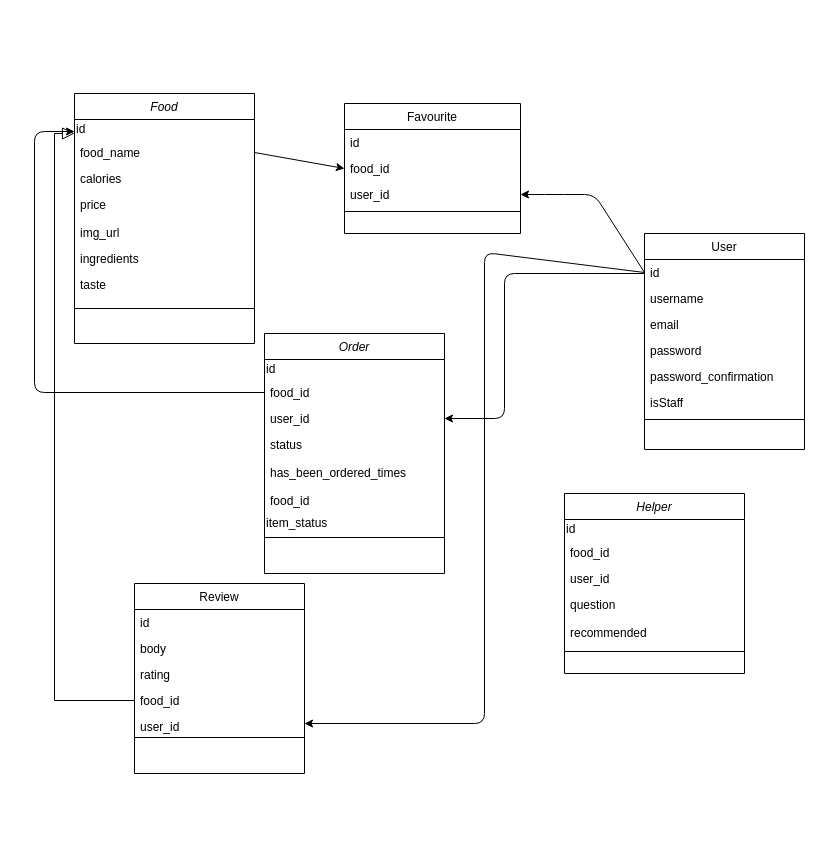
The draw.io diagram Untitled Diagram.drawio in KenChukanit/PM_Tool, before the edit. Source tidied: cells renumbered, new cells numbered last; positions are measured from the earlier drawing's top-left corner, leaving out a move shared by most shapes. Both pictures are drawn from the tidied source at 100%, with x=0, y=0 at pixel (34, 93).
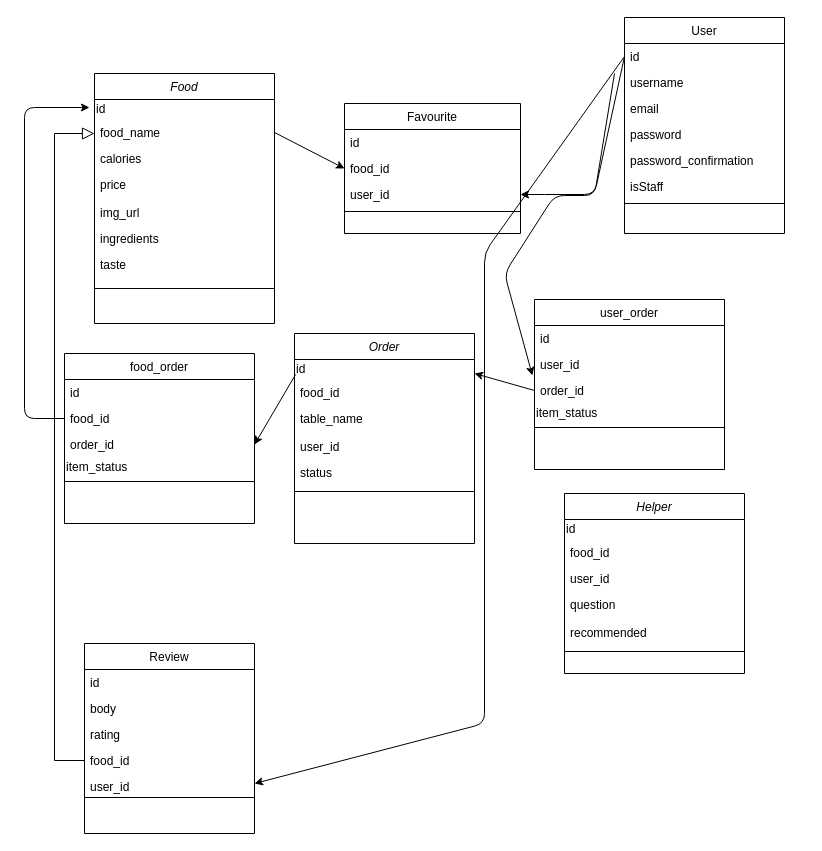
The same page after the edit.

The change refers to these unchanged cells:
```xml
<mxCell id="3" value="id" style="text;html=1;align=left;verticalAlign=middle;points=[];" parent="2" vertex="1">
  <mxGeometry y="26" width="180" height="20" as="geometry" />
</mxCell>
<mxCell id="36" value="id" style="text;html=1;align=left;verticalAlign=middle;points=[];" parent="35" vertex="1">
  <mxGeometry y="26" width="180" height="20" as="geometry" />
</mxCell>
<mxCell id="37" value="food_id" style="text;align=left;verticalAlign=top;spacingLeft=4;spacingRight=4;overflow=hidden;points=[[0,0.5],[1,0.5]];portConstraint=eastwest;" parent="35" vertex="1">
  <mxGeometry y="46" width="180" height="26" as="geometry" />
</mxCell>
```

What changed in the source:
```diff
@@
     <mxCell id="2" value="Food" style="swimlane;fontStyle=2;align=center;verticalAlign=top;horizontal=1;startSize=26;rounded=0;shadow=0;strokeWidth=1;" parent="1" vertex="1">
-      <mxGeometry x="40" width="180" height="250" as="geometry" />
+      <mxGeometry x="60" y="-20" width="180" height="250" as="geometry" />
     </mxCell>
@@
     <mxCell id="11" value="Review" style="swimlane;fontStyle=0;align=center;verticalAlign=top;horizontal=1;startSize=26;rounded=0;shadow=0;strokeWidth=1;" parent="1" vertex="1">
-      <mxGeometry x="100" y="490" width="170" height="190" as="geometry" />
+      <mxGeometry x="50" y="550" width="170" height="190" as="geometry" />
     </mxCell>
@@
     <mxCell id="24" value="User" style="swimlane;fontStyle=0;align=center;verticalAlign=top;horizontal=1;startSize=26;rounded=0;shadow=0;strokeWidth=1;" parent="1" vertex="1">
-      <mxGeometry x="610" y="140" width="160" height="216" as="geometry" />
+      <mxGeometry x="590" y="-76" width="160" height="216" as="geometry" />
     </mxCell>
@@
     <mxCell id="35" value="Order" style="swimlane;fontStyle=2;align=center;verticalAlign=top;horizontal=1;startSize=26;rounded=0;shadow=0;strokeWidth=1;" parent="1" vertex="1">
-      <mxGeometry x="230" y="240" width="180" height="240" as="geometry" />
+      <mxGeometry x="260" y="240" width="180" height="210" as="geometry" />
     </mxCell>
@@
+    <mxCell id="53" value="table_name" style="text;align=left;verticalAlign=top;spacingLeft=4;spacingRight=4;overflow=hidden;" parent="35" vertex="1">
+      <mxGeometry y="72" width="180" height="28" as="geometry" />
+    </mxCell>
     <mxCell id="38" value="user_id" style="text;align=left;verticalAlign=top;spacingLeft=4;spacingRight=4;overflow=hidden;points=[[0,0.5],[1,0.5]];portConstraint=eastwest;rounded=0;shadow=0;html=0;" parent="35" vertex="1">
-      <mxGeometry y="72" width="180" height="26" as="geometry" />
+      <mxGeometry y="100" width="180" height="26" as="geometry" />
     </mxCell>
     <mxCell id="39" value="status" style="text;align=left;verticalAlign=top;spacingLeft=4;spacingRight=4;overflow=hidden;" parent="35" vertex="1">
-      <mxGeometry y="98" width="180" height="28" as="geometry" />
+      <mxGeometry y="126" width="180" height="28" as="geometry" />
     </mxCell>
-    <mxCell id="40" value="has_been_ordered_times" style="text;align=left;verticalAlign=top;spacingLeft=4;spacingRight=4;overflow=hidden;" parent="35" vertex="1">
-      <mxGeometry y="126" width="180" height="28" as="geometry" />
-    </mxCell>
-    <mxCell id="41" value="food_id" style="text;align=left;verticalAlign=top;spacingLeft=4;spacingRight=4;overflow=hidden;points=[[0,0.5],[1,0.5]];portConstraint=eastwest;" parent="35" vertex="1">
-      <mxGeometry y="154" width="180" height="26" as="geometry" />
-    </mxCell>
-    <mxCell id="42" value="item_status" style="text;html=1;align=left;verticalAlign=middle;" parent="35" vertex="1">
-      <mxGeometry y="180" width="180" height="20" as="geometry" />
-    </mxCell>
     <mxCell id="43" style="line;html=1;strokeWidth=1;align=left;verticalAlign=middle;spacingTop=-1;spacingLeft=3;spacingRight=3;labelPosition=right;" parent="35" vertex="1">
-      <mxGeometry y="200" width="180" height="8" as="geometry" />
+      <mxGeometry y="154" width="180" height="8" as="geometry" />
     </mxCell>
-    <mxCell id="44" style="endArrow=classic;html=1;exitX=0;exitY=0.5;exitDx=0;exitDy=0;entryX=0;entryY=0.6;entryDx=0;entryDy=0;entryPerimeter=0;" parent="1" edge="1" source="37" target="3">
-      <mxGeometry relative="1" as="geometry">
-        <Array as="points">
-          <mxPoint y="299" />
-          <mxPoint y="38" />
-        </Array>
-      </mxGeometry>
-    </mxCell>
-    <mxCell id="45" style="endArrow=classic;html=1;entryX=1;entryY=0.5;entryDx=0;entryDy=0;" parent="1" edge="1" target="38">
-      <mxGeometry relative="1" as="geometry">
-        <mxPoint x="610" y="180" as="sourcePoint" />
-        <Array as="points">
-          <mxPoint x="470" y="180" />
-          <mxPoint x="470" y="325" />
-        </Array>
-      </mxGeometry>
-    </mxCell>
@@
+    <mxCell id="54" value="food_order" style="swimlane;fontStyle=0;align=center;verticalAlign=top;horizontal=1;startSize=26;rounded=0;shadow=0;strokeWidth=1;" parent="1" vertex="1">
+      <mxGeometry x="30" y="260" width="190" height="170" as="geometry" />
+    </mxCell>
+    <mxCell id="55" value="id" style="text;align=left;verticalAlign=top;spacingLeft=4;spacingRight=4;overflow=hidden;" parent="54" vertex="1">
+      <mxGeometry y="26" width="190" height="26" as="geometry" />
+    </mxCell>
+    <mxCell id="41" value="food_id" style="text;align=left;verticalAlign=top;spacingLeft=4;spacingRight=4;overflow=hidden;points=[[0,0.5],[1,0.5]];portConstraint=eastwest;" parent="54" vertex="1">
+      <mxGeometry y="52" width="190" height="26" as="geometry" />
+    </mxCell>
+    <mxCell id="56" value="order_id" style="text;align=left;verticalAlign=top;spacingLeft=4;spacingRight=4;overflow=hidden;points=[[0,0.5],[1,0.5]];portConstraint=eastwest;" parent="54" vertex="1">
+      <mxGeometry y="78" width="190" height="26" as="geometry" />
+    </mxCell>
+    <mxCell id="42" value="item_status" style="text;html=1;align=left;verticalAlign=middle;" parent="54" vertex="1">
+      <mxGeometry y="104" width="190" height="20" as="geometry" />
+    </mxCell>
+    <mxCell id="57" style="line;html=1;strokeWidth=1;align=left;verticalAlign=middle;spacingTop=-1;spacingLeft=3;spacingRight=3;labelPosition=right;" parent="54" vertex="1">
+      <mxGeometry y="124" width="190" height="8" as="geometry" />
+    </mxCell>
+    <mxCell id="58" style="endArrow=classic;html=1;exitX=0;exitY=0.5;exitDx=0;exitDy=0;entryX=-0.028;entryY=0.4;entryDx=0;entryDy=0;entryPerimeter=0;" parent="1" edge="1" source="41" target="3">
+      <mxGeometry relative="1" as="geometry">
+        <Array as="points">
+          <mxPoint x="-10" y="325" />
+          <mxPoint x="-10" y="14" />
+        </Array>
+      </mxGeometry>
+    </mxCell>
+    <mxCell id="59" style="endArrow=classic;html=1;entryX=1;entryY=0.5;entryDx=0;entryDy=0;exitX=0.006;exitY=-0.192;exitDx=0;exitDy=0;exitPerimeter=0;" parent="1" edge="1" source="37" target="56">
+      <mxGeometry relative="1" as="geometry" />
+    </mxCell>
+    <mxCell id="60" value="user_order" style="swimlane;fontStyle=0;align=center;verticalAlign=top;horizontal=1;startSize=26;rounded=0;shadow=0;strokeWidth=1;" parent="1" vertex="1">
+      <mxGeometry x="500" y="206" width="190" height="170" as="geometry" />
+    </mxCell>
+    <mxCell id="61" value="id" style="text;align=left;verticalAlign=top;spacingLeft=4;spacingRight=4;overflow=hidden;" parent="60" vertex="1">
+      <mxGeometry y="26" width="190" height="26" as="geometry" />
+    </mxCell>
+    <mxCell id="62" value="user_id" style="text;align=left;verticalAlign=top;spacingLeft=4;spacingRight=4;overflow=hidden;points=[[0,0.5],[1,0.5]];portConstraint=eastwest;" parent="60" vertex="1">
+      <mxGeometry y="52" width="190" height="26" as="geometry" />
+    </mxCell>
+    <mxCell id="63" value="order_id" style="text;align=left;verticalAlign=top;spacingLeft=4;spacingRight=4;overflow=hidden;points=[[0,0.5],[1,0.5]];portConstraint=eastwest;" parent="60" vertex="1">
+      <mxGeometry y="78" width="190" height="26" as="geometry" />
+    </mxCell>
+    <mxCell id="64" value="item_status" style="text;html=1;align=left;verticalAlign=middle;" parent="60" vertex="1">
+      <mxGeometry y="104" width="190" height="20" as="geometry" />
+    </mxCell>
+    <mxCell id="65" style="line;html=1;strokeWidth=1;align=left;verticalAlign=middle;spacingTop=-1;spacingLeft=3;spacingRight=3;labelPosition=right;" parent="60" vertex="1">
+      <mxGeometry y="124" width="190" height="8" as="geometry" />
+    </mxCell>
+    <mxCell id="66" style="endArrow=classic;html=1;exitX=0;exitY=0.5;exitDx=0;exitDy=0;" parent="1" edge="1" source="63" target="36">
+      <mxGeometry relative="1" as="geometry">
+        <Array as="points">
+          <mxPoint x="440" y="280" />
+        </Array>
+      </mxGeometry>
+    </mxCell>
+    <mxCell id="67" style="endArrow=classic;html=1;entryX=-0.011;entryY=0.923;entryDx=0;entryDy=0;entryPerimeter=0;" parent="1" edge="1" target="62">
+      <mxGeometry relative="1" as="geometry">
+        <mxPoint x="580" y="-20" as="sourcePoint" />
+        <Array as="points">
+          <mxPoint x="560" y="102" />
+          <mxPoint x="520" y="102" />
+          <mxPoint x="470" y="180" />
+        </Array>
+      </mxGeometry>
+    </mxCell>
```
